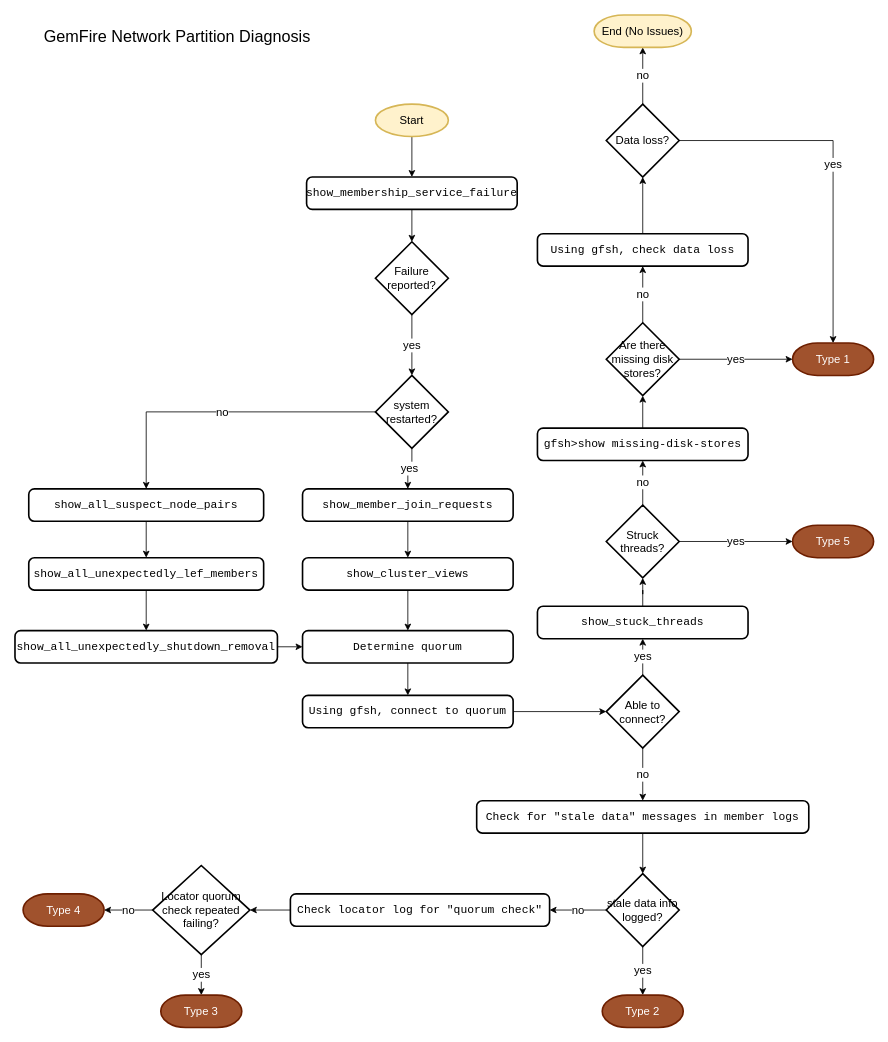
Above: page "Diagnosis" (7 of 7) of images/drawio/split-brain.drawio in padogrid/bundle-geode-1-app-perf_test_sb-cluster-sb (draw.io), before the change. Source tidied: cells renumbered, new cells numbered last; positions are measured from the earlier drawing's top-left corner, leaving out a move shared by most shapes. Both pictures are drawn from the tidied source at 81%, with x=0, y=0 at pixel (15, 15).
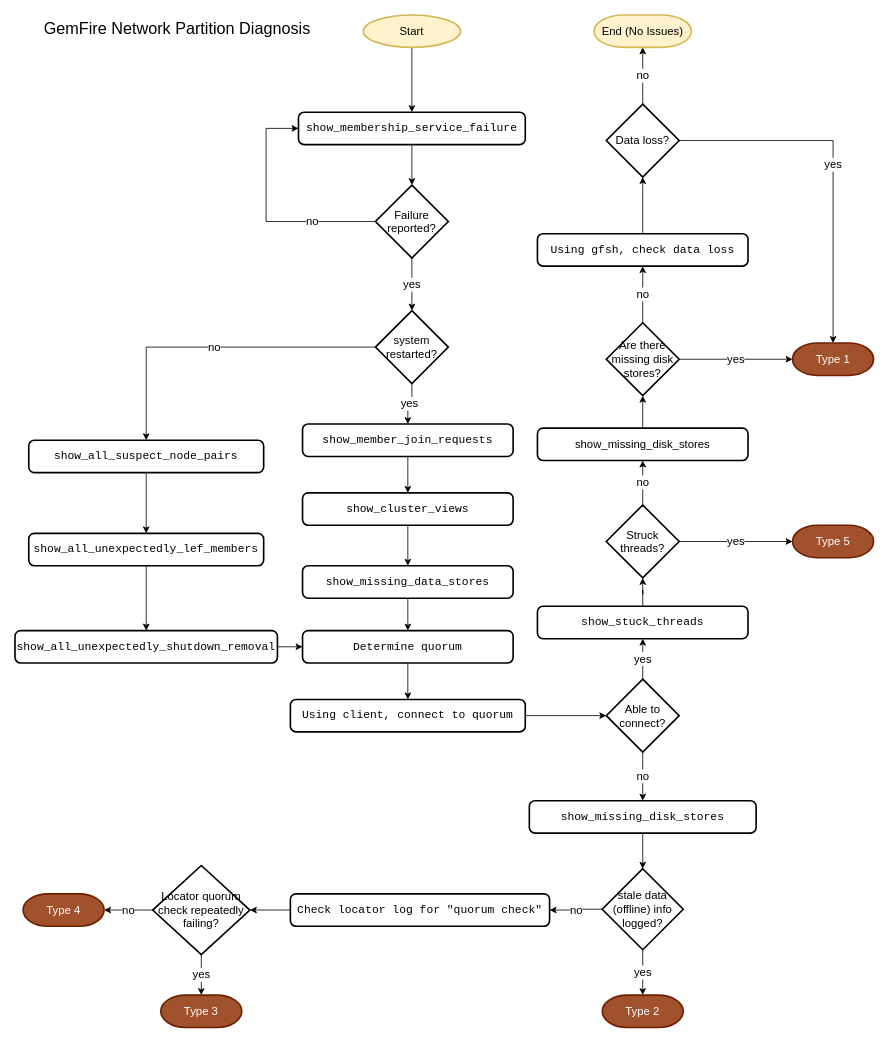
After the change.

Commit message (it also covers changes not shown here):
Added file section options in show_cluster_views

Unchanged cells that the change refers to:
```xml
<mxCell id="17" value="&lt;pre class=&quot;language-bash&quot; style=&quot;font-size: 14px;&quot;&gt;&lt;pre class=&quot;language-bash&quot; style=&quot;font-size: 14px;&quot;&gt;&lt;code class=&quot;language-bash&quot; style=&quot;font-size: 14px;&quot;&gt;Determine quorum&lt;/code&gt;&lt;/pre&gt;&lt;/pre&gt;" style="rounded=1;whiteSpace=wrap;html=1;absoluteArcSize=1;arcSize=14;strokeWidth=2;fontFamily=Helvetica;fontSize=14;" parent="1" vertex="1">
  <mxGeometry x="355" y="760" width="260" height="40" as="geometry" />
</mxCell>
<mxCell id="47" value="&lt;pre class=&quot;language-bash&quot; style=&quot;font-size: 14px;&quot;&gt;&lt;pre class=&quot;language-bash&quot; style=&quot;font-size: 14px;&quot;&gt;show_stuck_threads&lt;/pre&gt;&lt;/pre&gt;" style="rounded=1;whiteSpace=wrap;html=1;absoluteArcSize=1;arcSize=14;strokeWidth=2;fontFamily=Helvetica;fontSize=14;" parent="1" vertex="1">
  <mxGeometry x="645" y="730" width="260" height="40" as="geometry" />
</mxCell>
```

Change to the diagram source:
```diff
@@
     <mxCell id="3" value="Start" style="strokeWidth=2;html=1;shape=mxgraph.flowchart.start_1;whiteSpace=wrap;fontFamily=Helvetica;fillColor=#fff2cc;strokeColor=#d6b656;fontSize=14;" parent="1" vertex="1">
-      <mxGeometry x="445" y="110" width="90" height="40" as="geometry" />
+      <mxGeometry x="430" width="120" height="40" as="geometry" />
     </mxCell>
@@
     <mxCell id="5" value="&lt;pre class=&quot;language-bash&quot; style=&quot;font-size: 14px;&quot;&gt;&lt;code class=&quot;language-bash&quot; style=&quot;font-size: 14px;&quot;&gt;show_membership_service_failure&lt;/code&gt;&lt;/pre&gt;" style="rounded=1;whiteSpace=wrap;html=1;absoluteArcSize=1;arcSize=14;strokeWidth=2;fontFamily=Helvetica;fontSize=14;" parent="1" vertex="1">
-      <mxGeometry x="360" y="200" width="260" height="40" as="geometry" />
+      <mxGeometry x="350" y="120" width="280" height="40" as="geometry" />
     </mxCell>
@@
+    <mxCell id="60" value="no" style="edgeStyle=orthogonalEdgeStyle;rounded=0;jettySize=auto;html=1;entryX=0;entryY=0.5;entryDx=0;entryDy=0;fontSize=14;exitX=0;exitY=0.5;exitDx=0;exitDy=0;exitPerimeter=0;" parent="1" edge="1" source="7" target="5">
+      <mxGeometry x="-0.46" relative="1" as="geometry">
+        <Array as="points">
+          <mxPoint x="310" y="255" />
+          <mxPoint x="310" y="140" />
+        </Array>
+      </mxGeometry>
+    </mxCell>
     <mxCell id="7" value="Failure reported?" style="strokeWidth=2;html=1;shape=mxgraph.flowchart.decision;whiteSpace=wrap;fontFamily=Helvetica;fontSize=14;" parent="1" vertex="1">
-      <mxGeometry x="445" y="280" width="90" height="90" as="geometry" />
+      <mxGeometry x="445" y="210" width="90" height="90" as="geometry" />
     </mxCell>
-    <mxCell id="8" style="edgeStyle=orthogonalEdgeStyle;rounded=0;jettySize=auto;html=1;fontFamily=Helvetica;entryX=0.5;entryY=0;entryDx=0;entryDy=0;fontSize=14;" parent="1" edge="1" source="9" target="17">
+    <mxCell id="8" style="edgeStyle=orthogonalEdgeStyle;rounded=0;jettySize=auto;html=1;fontFamily=Helvetica;fontSize=14;entryX=0.5;entryY=0;entryDx=0;entryDy=0;" parent="1" edge="1" source="9" target="62">
       <mxGeometry relative="1" as="geometry" />
     </mxCell>
     <mxCell id="9" value="&lt;pre class=&quot;language-bash&quot; style=&quot;font-size: 14px;&quot;&gt;&lt;pre class=&quot;language-bash&quot; style=&quot;font-size: 14px;&quot;&gt;&lt;code class=&quot;language-bash&quot; style=&quot;font-size: 14px;&quot;&gt;show_cluster_views&lt;/code&gt;&lt;/pre&gt;&lt;/pre&gt;" style="rounded=1;whiteSpace=wrap;html=1;absoluteArcSize=1;arcSize=14;strokeWidth=2;fontFamily=Helvetica;fontSize=14;" parent="1" vertex="1">
-      <mxGeometry x="355" y="670" width="260" height="40" as="geometry" />
+      <mxGeometry x="355" y="590" width="260" height="40" as="geometry" />
     </mxCell>
@@
     <mxCell id="12" value="system restarted?" style="strokeWidth=2;html=1;shape=mxgraph.flowchart.decision;whiteSpace=wrap;fontFamily=Helvetica;fontSize=14;" parent="1" vertex="1">
-      <mxGeometry x="445" y="445" width="90" height="90" as="geometry" />
+      <mxGeometry x="445" y="365" width="90" height="90" as="geometry" />
     </mxCell>
-    <mxCell id="13" value="yes" style="edgeStyle=orthogonalEdgeStyle;rounded=0;jettySize=auto;html=1;fontFamily=Helvetica;entryX=0.5;entryY=1;entryDx=0;entryDy=0;fontSize=14;" parent="1" edge="1" source="15" target="47">
+    <mxCell id="13" value="yes" style="edgeStyle=orthogonalEdgeStyle;rounded=0;jettySize=auto;html=1;fontFamily=Helvetica;entryX=0.5;entryY=1;entryDx=0;entryDy=0;fontSize=14;exitX=0.5;exitY=0;exitDx=0;exitDy=0;exitPerimeter=0;" parent="1" edge="1" source="15" target="47">
       <mxGeometry relative="1" as="geometry" />
     </mxCell>
@@
     <mxCell id="15" value="Able to connect?" style="strokeWidth=2;html=1;shape=mxgraph.flowchart.decision;whiteSpace=wrap;fontFamily=Helvetica;fontSize=14;" parent="1" vertex="1">
-      <mxGeometry x="730" y="815" width="90" height="90" as="geometry" />
+      <mxGeometry x="730" y="820" width="90" height="90" as="geometry" />
     </mxCell>
@@
-    <mxCell id="19" value="&lt;pre class=&quot;language-bash&quot; style=&quot;font-size: 14px;&quot;&gt;&lt;pre class=&quot;language-bash&quot; style=&quot;font-size: 14px;&quot;&gt;Using gfsh, connect to quorum&lt;/pre&gt;&lt;/pre&gt;" style="rounded=1;whiteSpace=wrap;html=1;absoluteArcSize=1;arcSize=14;strokeWidth=2;fontFamily=Helvetica;fontSize=14;" parent="1" vertex="1">
-      <mxGeometry x="355" y="840" width="260" height="40" as="geometry" />
+    <mxCell id="19" value="&lt;pre class=&quot;language-bash&quot; style=&quot;font-size: 14px;&quot;&gt;&lt;pre class=&quot;language-bash&quot; style=&quot;font-size: 14px;&quot;&gt;Using client, connect to quorum&lt;/pre&gt;&lt;/pre&gt;" style="rounded=1;whiteSpace=wrap;html=1;absoluteArcSize=1;arcSize=14;strokeWidth=2;fontFamily=Helvetica;fontSize=14;" parent="1" vertex="1">
+      <mxGeometry x="340" y="845" width="290" height="40" as="geometry" />
     </mxCell>
@@
     <mxCell id="21" value="&lt;pre class=&quot;language-bash&quot; style=&quot;font-size: 14px;&quot;&gt;&lt;pre class=&quot;language-bash&quot; style=&quot;font-size: 14px;&quot;&gt;&lt;code class=&quot;language-bash&quot; style=&quot;font-size: 14px;&quot;&gt;show_member_join_requests&lt;/code&gt;&lt;/pre&gt;&lt;/pre&gt;" style="rounded=1;whiteSpace=wrap;html=1;absoluteArcSize=1;arcSize=14;strokeWidth=2;fontFamily=Helvetica;fontSize=14;" parent="1" vertex="1">
-      <mxGeometry x="355" y="585" width="260" height="40" as="geometry" />
+      <mxGeometry x="355" y="505" width="260" height="40" as="geometry" />
     </mxCell>
@@
-    <mxCell id="23" value="&lt;pre class=&quot;language-bash&quot; style=&quot;font-size: 14px;&quot;&gt;&lt;pre class=&quot;language-bash&quot; style=&quot;font-size: 14px;&quot;&gt;gfsh&amp;gt;show missing-disk-stores&lt;/pre&gt;&lt;/pre&gt;" style="rounded=1;whiteSpace=wrap;html=1;absoluteArcSize=1;arcSize=14;strokeWidth=2;fontFamily=Helvetica;fontSize=14;" parent="1" vertex="1">
+    <mxCell id="23" value="show_missing_disk_stores" style="rounded=1;whiteSpace=wrap;html=1;absoluteArcSize=1;arcSize=14;strokeWidth=2;fontFamily=Helvetica;fontSize=14;" parent="1" vertex="1">
       <mxGeometry x="645" y="510" width="260" height="40" as="geometry" />
     </mxCell>
@@
-    <mxCell id="26" value="&lt;pre class=&quot;language-bash&quot; style=&quot;font-size: 14px;&quot;&gt;&lt;pre class=&quot;language-bash&quot; style=&quot;font-size: 14px;&quot;&gt;Check for &quot;stale data&quot; messages in member logs&lt;/pre&gt;&lt;/pre&gt;" style="rounded=1;whiteSpace=wrap;html=1;absoluteArcSize=1;arcSize=14;strokeWidth=2;fontFamily=Helvetica;fontSize=14;" parent="1" vertex="1">
-      <mxGeometry x="570" y="970" width="410" height="40" as="geometry" />
+    <mxCell id="26" value="&lt;pre class=&quot;language-bash&quot; style=&quot;font-size: 14px;&quot;&gt;&lt;pre class=&quot;language-bash&quot; style=&quot;font-size: 14px;&quot;&gt;show_missing_disk_stores&lt;/pre&gt;&lt;/pre&gt;" style="rounded=1;whiteSpace=wrap;html=1;absoluteArcSize=1;arcSize=14;strokeWidth=2;fontFamily=Helvetica;fontSize=14;" parent="1" vertex="1">
+      <mxGeometry x="635" y="970" width="280" height="40" as="geometry" />
     </mxCell>
@@
-    <mxCell id="38" value="stale data info logged?" style="strokeWidth=2;html=1;shape=mxgraph.flowchart.decision;whiteSpace=wrap;fontFamily=Helvetica;fontSize=14;" parent="1" vertex="1">
-      <mxGeometry x="730" y="1060" width="90" height="90" as="geometry" />
+    <mxCell id="38" value="stale data (offline) info logged?" style="strokeWidth=2;html=1;shape=mxgraph.flowchart.decision;whiteSpace=wrap;fontFamily=Helvetica;fontSize=14;" parent="1" vertex="1">
+      <mxGeometry x="725" y="1054" width="100" height="100" as="geometry" />
     </mxCell>
@@
-    <mxCell id="44" value="Locator quorum check repeated failing?" style="strokeWidth=2;html=1;shape=mxgraph.flowchart.decision;whiteSpace=wrap;fontFamily=Helvetica;fontSize=14;" parent="1" vertex="1">
+    <mxCell id="44" value="Locator quorum check repeatedly failing?" style="strokeWidth=2;html=1;shape=mxgraph.flowchart.decision;whiteSpace=wrap;fontFamily=Helvetica;fontSize=14;" parent="1" vertex="1">
       <mxGeometry x="170" y="1050" width="120" height="110" as="geometry" />
     </mxCell>
@@
     <mxCell id="54" value="&lt;pre class=&quot;language-bash&quot; style=&quot;font-size: 14px;&quot;&gt;&lt;pre class=&quot;language-bash&quot; style=&quot;font-size: 14px;&quot;&gt;&lt;code class=&quot;language-bash&quot; style=&quot;font-size: 14px;&quot;&gt;show_all_suspect_node_pairs&lt;/code&gt;&lt;/pre&gt;&lt;/pre&gt;" style="rounded=1;whiteSpace=wrap;html=1;absoluteArcSize=1;arcSize=14;strokeWidth=2;fontFamily=Helvetica;fontSize=14;" parent="1" vertex="1">
-      <mxGeometry x="17" y="585" width="290" height="40" as="geometry" />
+      <mxGeometry x="17" y="525" width="290" height="40" as="geometry" />
     </mxCell>
@@
     <mxCell id="56" value="&lt;pre class=&quot;language-bash&quot; style=&quot;font-size: 14px;&quot;&gt;&lt;pre class=&quot;language-bash&quot; style=&quot;font-size: 14px;&quot;&gt;&lt;code class=&quot;language-bash&quot; style=&quot;font-size: 14px;&quot;&gt;show_all_unexpectedly_lef_members&lt;/code&gt;&lt;/pre&gt;&lt;/pre&gt;" style="rounded=1;whiteSpace=wrap;html=1;absoluteArcSize=1;arcSize=14;strokeWidth=2;fontFamily=Helvetica;fontSize=14;" parent="1" vertex="1">
-      <mxGeometry x="17" y="670" width="290" height="40" as="geometry" />
+      <mxGeometry x="17" y="640" width="290" height="40" as="geometry" />
     </mxCell>
@@
     <mxCell id="59" value="GemFire Network Partition Diagnosis" style="text;strokeColor=none;fillColor=none;align=left;verticalAlign=middle;spacingLeft=4;spacingRight=4;overflow=hidden;fontFamily=Helvetica;fontSize=20;" parent="1" vertex="1">
-      <mxGeometry x="30" y="10" width="370" height="30" as="geometry" />
+      <mxGeometry x="30" width="370" height="30" as="geometry" />
     </mxCell>
+    <mxCell id="61" style="edgeStyle=orthogonalEdgeStyle;rounded=0;jettySize=auto;html=1;entryX=0.5;entryY=0;entryDx=0;entryDy=0;" parent="1" edge="1" source="62" target="17">
+      <mxGeometry relative="1" as="geometry" />
+    </mxCell>
+    <mxCell id="62" value="&lt;pre class=&quot;language-bash&quot; style=&quot;font-size: 14px;&quot;&gt;&lt;pre class=&quot;language-bash&quot; style=&quot;font-size: 14px;&quot;&gt;&lt;code class=&quot;language-bash&quot; style=&quot;font-size: 14px;&quot;&gt;show_missing_data_stores&lt;/code&gt;&lt;/pre&gt;&lt;/pre&gt;" style="rounded=1;whiteSpace=wrap;html=1;absoluteArcSize=1;arcSize=14;strokeWidth=2;fontFamily=Helvetica;fontSize=14;" parent="1" vertex="1">
+      <mxGeometry x="355" y="680" width="260" height="40" as="geometry" />
+    </mxCell>
```
